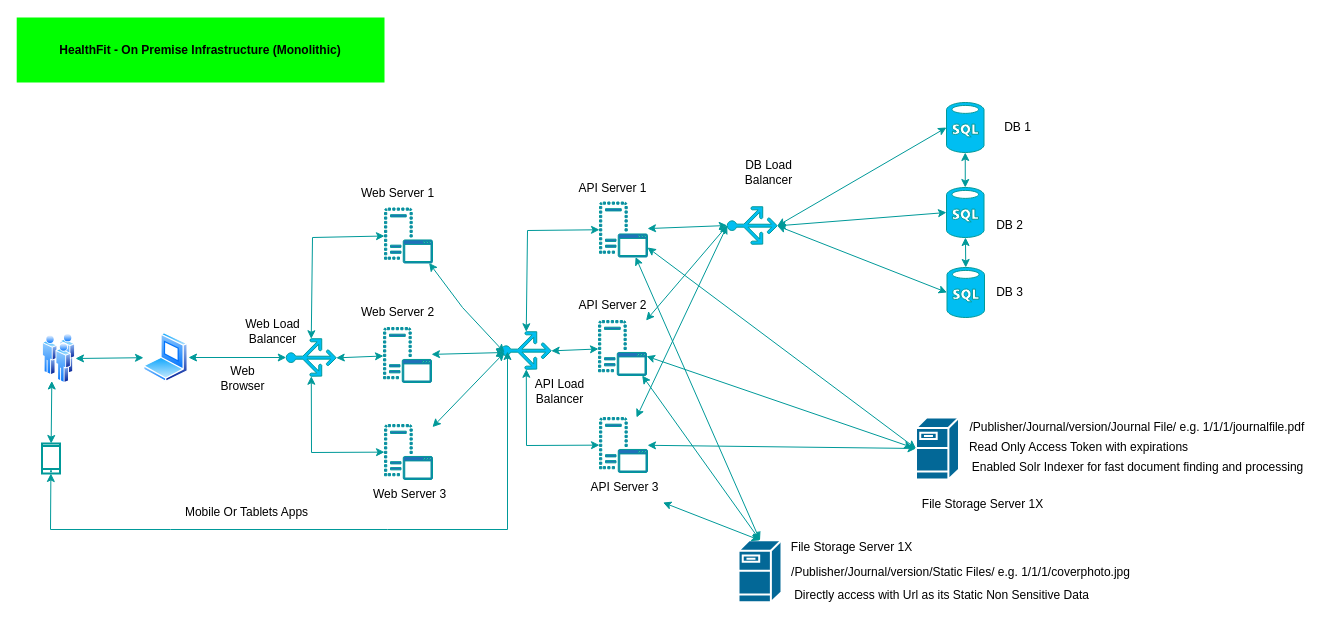
vishalbajad/HealthFit keeps this draw.io diagram as Requirement Documents/HealthFit - Architecture Diagram.drawio. Above is the earlier version. Source tidied: cells renumbered, new cells numbered last; positions are measured from the earlier drawing's top-left corner, leaving out a move shared by most shapes. Both pictures are drawn from the tidied source at 100%, with x=0, y=0 at pixel (16, 17).
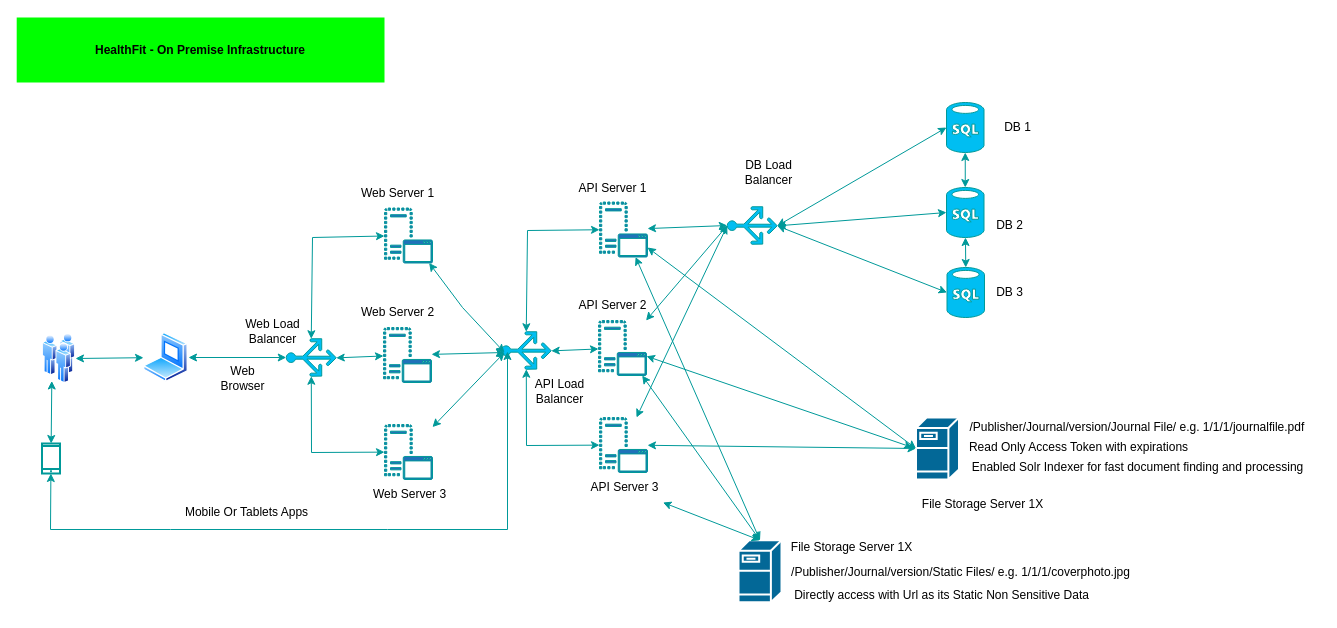
The same page after the edit.

Change to the diagram source:
```diff
@@
-    <mxCell id="67" value="HealthFit - On Premise Infrastructure (Monolithic)" style="text;html=1;strokeColor=none;fillColor=#00FF00;align=center;verticalAlign=middle;whiteSpace=wrap;rounded=0;fontStyle=1;" parent="1" vertex="1">
+    <mxCell id="67" value="HealthFit - On Premise Infrastructure" style="text;html=1;strokeColor=none;fillColor=#00FF00;align=center;verticalAlign=middle;whiteSpace=wrap;rounded=0;fontStyle=1;" parent="1" vertex="1">
       <mxGeometry x="0.2" width="367.8" height="65" as="geometry" />
     </mxCell>
```
